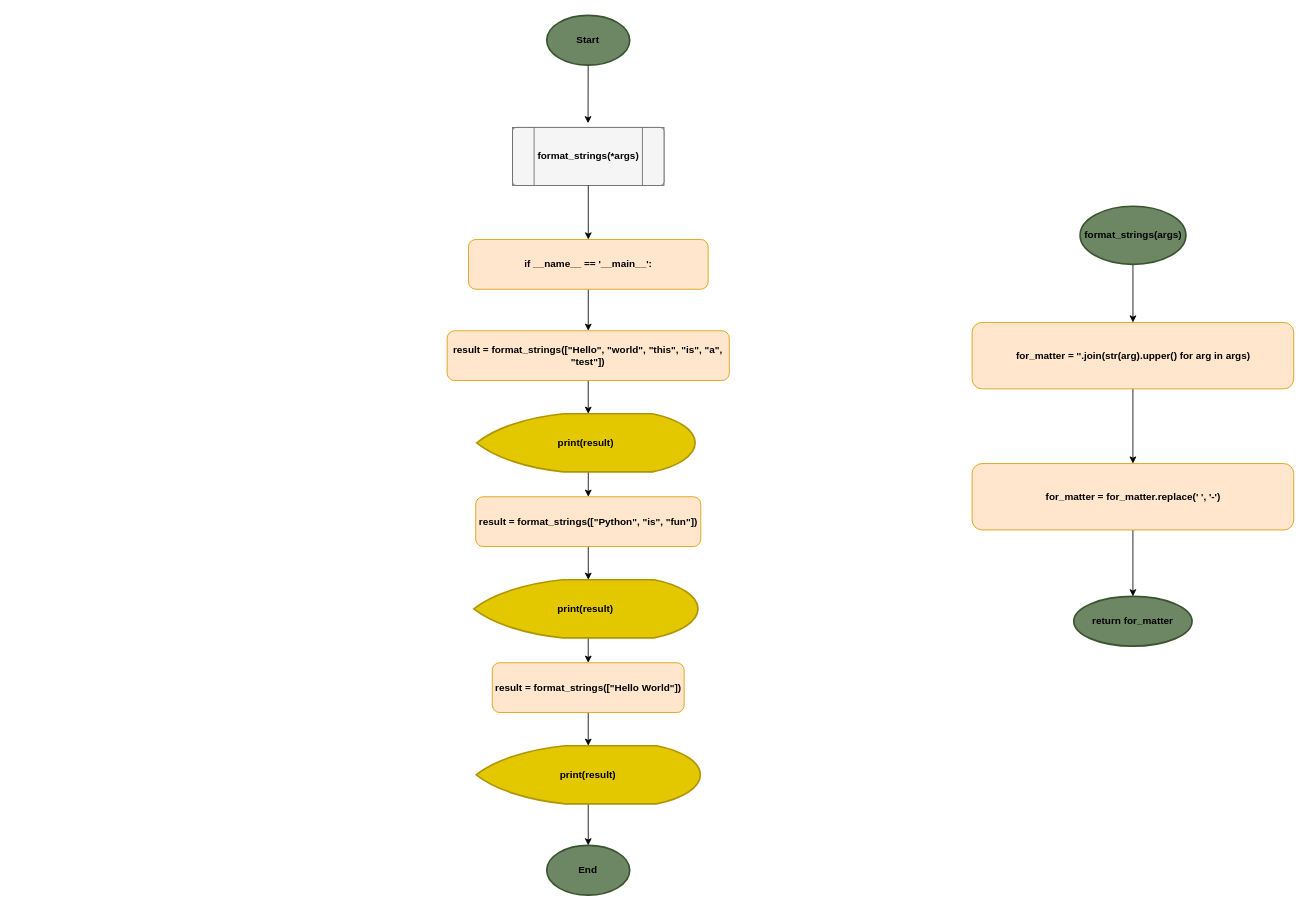
Above: HW-01.drawio in CaptMavvvvv/NCC-1031-D (draw.io), before the change. Source tidied: cells renumbered, new cells numbered last; positions are measured from the earlier drawing's top-left corner, leaving out a move shared by most shapes. Both pictures are drawn from the tidied source at 83%, with x=0, y=0 at pixel (447, 15).
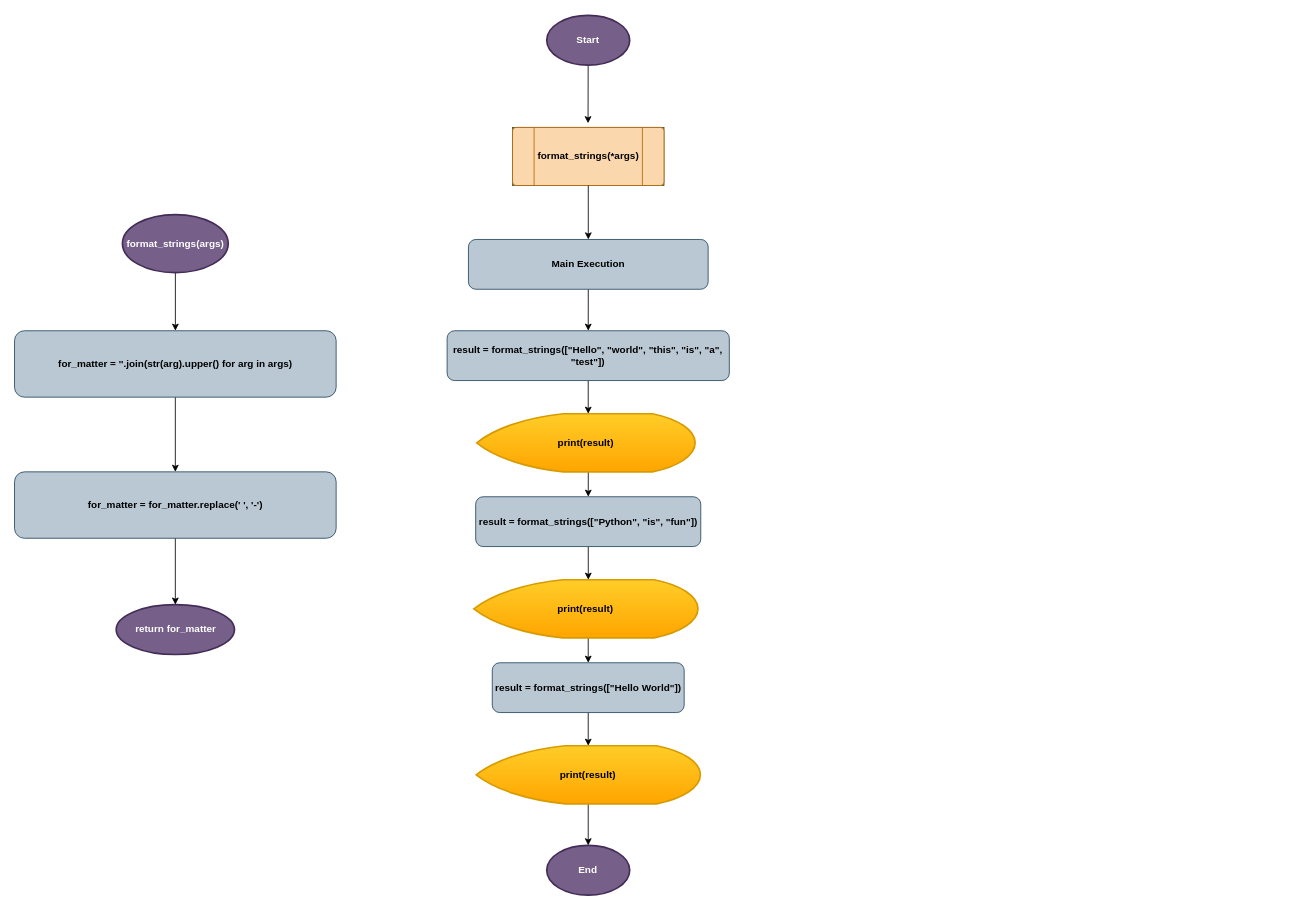
After the change.

Change to the diagram source:
```diff
@@
-    <mxCell id="3" value="Start" style="strokeWidth=2;html=1;shape=mxgraph.flowchart.start_1;whiteSpace=wrap;fillColor=#6d8764;strokeColor=#3A5431;fontColor=#000000;fontStyle=1;" parent="1" vertex="1">
+    <mxCell id="3" value="Start" style="strokeWidth=2;html=1;shape=mxgraph.flowchart.start_1;whiteSpace=wrap;fillColor=#76608a;strokeColor=#432D57;fontColor=#ffffff;fontStyle=1;" parent="1" vertex="1">
       <mxGeometry x="120.2" width="100" height="60" as="geometry" />
     </mxCell>
-    <mxCell id="4" value="End" style="strokeWidth=2;html=1;shape=mxgraph.flowchart.start_1;whiteSpace=wrap;fontStyle=1;labelBackgroundColor=none;fillColor=#6d8764;strokeColor=#3A5431;fontColor=#000000;" parent="1" vertex="1">
+    <mxCell id="4" value="End" style="strokeWidth=2;html=1;shape=mxgraph.flowchart.start_1;whiteSpace=wrap;fontStyle=1;labelBackgroundColor=none;fillColor=#76608a;strokeColor=#432D57;fontColor=#ffffff;" parent="1" vertex="1">
       <mxGeometry x="120.2" y="1000" width="100" height="60" as="geometry" />
     </mxCell>
-    <mxCell id="5" style="group;fontStyle=1;fontColor=#333333;labelBackgroundColor=none;fillColor=#f5f5f5;strokeColor=#666666;" parent="1" vertex="1">
+    <mxCell id="5" style="group;fontStyle=1;labelBackgroundColor=none;fillColor=#6d8764;strokeColor=#3A5431;fontColor=#ffffff;gradientColor=none;" parent="1" vertex="1">
       <mxGeometry x="79" y="135" width="182.5" height="70" as="geometry" />
     </mxCell>
-    <mxCell id="6" style="verticalLabelPosition=bottom;verticalAlign=top;html=1;shape=process;whiteSpace=wrap;rounded=1;size=0.14;arcSize=6;fontStyle=1;fontColor=#333333;labelBackgroundColor=none;fillColor=#f5f5f5;strokeColor=#666666;" parent="5" vertex="1">
+    <mxCell id="6" style="verticalLabelPosition=bottom;verticalAlign=top;html=1;shape=process;whiteSpace=wrap;rounded=1;size=0.14;arcSize=6;fontStyle=1;labelBackgroundColor=none;fillColor=#fad7ac;strokeColor=#b46504;" parent="5" vertex="1">
       <mxGeometry width="182.5" height="70" as="geometry" />
     </mxCell>
@@
-    <mxCell id="9" value="&lt;div&gt;for_matter = ''.join(str(arg).upper() for arg in args)&lt;/div&gt;" style="rounded=1;whiteSpace=wrap;html=1;fontStyle=1;labelBackgroundColor=none;fillColor=#ffe6cc;strokeColor=#d79b00;fontColor=#000000;" parent="1" vertex="1">
-      <mxGeometry x="632.7" y="370" width="387.5" height="80" as="geometry" />
+    <mxCell id="9" value="&lt;div&gt;for_matter = ''.join(str(arg).upper() for arg in args)&lt;/div&gt;" style="rounded=1;whiteSpace=wrap;html=1;fontStyle=1;labelBackgroundColor=none;fillColor=#bac8d3;strokeColor=#23445d;fontColor=#000000;" parent="1" vertex="1">
+      <mxGeometry x="-521" y="380" width="387.5" height="80" as="geometry" />
     </mxCell>
     <mxCell id="10" style="edgeStyle=none;html=1;fontStyle=1;fontColor=#000000;labelBackgroundColor=none;" parent="1" edge="1">
       <mxGeometry relative="1" as="geometry">
-        <mxPoint x="826.5" y="300" as="sourcePoint" />
-        <mxPoint x="826.5" y="370" as="targetPoint" />
+        <mxPoint x="-327.2" y="310" as="sourcePoint" />
+        <mxPoint x="-327.2" y="380" as="targetPoint" />
       </mxGeometry>
     </mxCell>
-    <mxCell id="11" value="return for_matter" style="strokeWidth=2;html=1;shape=mxgraph.flowchart.start_1;whiteSpace=wrap;fontStyle=1;fontColor=#000000;labelBackgroundColor=none;fillColor=#6d8764;strokeColor=#3A5431;" parent="1" vertex="1">
-      <mxGeometry x="755.2" y="700" width="142.5" height="60" as="geometry" />
+    <mxCell id="11" value="return for_matter" style="strokeWidth=2;html=1;shape=mxgraph.flowchart.start_1;whiteSpace=wrap;fontStyle=1;labelBackgroundColor=none;fillColor=#76608a;strokeColor=#432D57;fontColor=#ffffff;" parent="1" vertex="1">
+      <mxGeometry x="-398.5" y="710" width="142.5" height="60" as="geometry" />
     </mxCell>
-    <mxCell id="12" value="format_strings(args)" style="strokeWidth=2;html=1;shape=mxgraph.flowchart.start_1;whiteSpace=wrap;fontStyle=1;fontColor=#000000;labelBackgroundColor=none;fillColor=#6d8764;strokeColor=#3A5431;" parent="1" vertex="1">
-      <mxGeometry x="762.8" y="230" width="127.5" height="70" as="geometry" />
+    <mxCell id="12" value="format_strings(args)" style="strokeWidth=2;html=1;shape=mxgraph.flowchart.start_1;whiteSpace=wrap;fontStyle=1;labelBackgroundColor=none;fillColor=#76608a;strokeColor=#432D57;fontColor=#ffffff;" parent="1" vertex="1">
+      <mxGeometry x="-391" y="240" width="127.5" height="70" as="geometry" />
     </mxCell>
@@
-    <mxCell id="14" value="&lt;div&gt;if __name__ == '__main__':&lt;/div&gt;" style="rounded=1;whiteSpace=wrap;html=1;fontStyle=1;labelBackgroundColor=none;fillColor=#ffe6cc;strokeColor=#d79b00;fontColor=#000000;" parent="1" vertex="1">
+    <mxCell id="14" value="&lt;div&gt;&lt;font color=&quot;#000000&quot;&gt;Main Execution&lt;/font&gt;&lt;/div&gt;" style="rounded=1;whiteSpace=wrap;html=1;fontStyle=1;labelBackgroundColor=none;fillColor=#bac8d3;strokeColor=#23445d;" parent="1" vertex="1">
       <mxGeometry x="25.9" y="270" width="288.8" height="60" as="geometry" />
     </mxCell>
@@
-    <mxCell id="16" value="result = format_strings([&amp;quot;Hello&amp;quot;, &amp;quot;world&amp;quot;, &amp;quot;this&amp;quot;, &amp;quot;is&amp;quot;, &amp;quot;a&amp;quot;, &amp;quot;test&amp;quot;])" style="rounded=1;fontStyle=1;labelBackgroundColor=none;fillColor=#ffe6cc;strokeColor=#d79b00;fillStyle=solid;fontColor=#000000;whiteSpace=wrap;labelBorderColor=none;html=1;" parent="1" vertex="1">
+    <mxCell id="16" value="result = format_strings([&quot;Hello&quot;, &quot;world&quot;, &quot;this&quot;, &quot;is&quot;, &quot;a&quot;, &quot;test&quot;])" style="rounded=1;fontStyle=1;labelBackgroundColor=none;fillColor=#bac8d3;strokeColor=#23445d;fillStyle=solid;whiteSpace=wrap;labelBorderColor=none;html=1;fontColor=#000000;" parent="1" vertex="1">
       <mxGeometry x="0.2" y="380" width="340" height="60" as="geometry" />
     </mxCell>
@@
-    <mxCell id="19" value="result = format_strings([&quot;Python&quot;, &quot;is&quot;, &quot;fun&quot;])" style="rounded=1;whiteSpace=wrap;html=1;fontStyle=1;labelBackgroundColor=none;fillColor=#ffe6cc;strokeColor=#d79b00;fontColor=#000000;" parent="1" vertex="1">
+    <mxCell id="19" value="result = format_strings([&quot;Python&quot;, &quot;is&quot;, &quot;fun&quot;])" style="rounded=1;whiteSpace=wrap;html=1;fontStyle=1;labelBackgroundColor=none;fillColor=#bac8d3;strokeColor=#23445d;fontColor=#000000;" parent="1" vertex="1">
       <mxGeometry x="34.6" y="580" width="271.2" height="60" as="geometry" />
     </mxCell>
@@
-    <mxCell id="22" value="result = format_strings([&quot;Hello World&quot;])" style="rounded=1;whiteSpace=wrap;html=1;fontStyle=1;labelBackgroundColor=none;fillColor=#ffe6cc;strokeColor=#d79b00;fontColor=#000000;" parent="1" vertex="1">
+    <mxCell id="22" value="result = format_strings([&quot;Hello World&quot;])" style="rounded=1;whiteSpace=wrap;html=1;fontStyle=1;labelBackgroundColor=none;fillColor=#bac8d3;strokeColor=#23445d;fontColor=#000000;" parent="1" vertex="1">
       <mxGeometry x="54.6" y="780" width="231.2" height="60" as="geometry" />
     </mxCell>
@@
-    <mxCell id="26" value="&lt;div&gt;for_matter = for_matter.replace(' ', '-')&lt;/div&gt;" style="rounded=1;whiteSpace=wrap;html=1;fontStyle=1;labelBackgroundColor=none;fillColor=#ffe6cc;strokeColor=#d79b00;fontColor=#000000;" parent="1" vertex="1">
-      <mxGeometry x="632.7" y="540" width="387.5" height="80" as="geometry" />
+    <mxCell id="26" value="&lt;div&gt;for_matter = for_matter.replace(' ', '-')&lt;/div&gt;" style="rounded=1;whiteSpace=wrap;html=1;fontStyle=1;labelBackgroundColor=none;fillColor=#bac8d3;strokeColor=#23445d;fontColor=#000000;" parent="1" vertex="1">
+      <mxGeometry x="-521" y="550" width="387.5" height="80" as="geometry" />
     </mxCell>
-    <mxCell id="27" value="&lt;span style=&quot;color: rgb(0, 0, 0); font-weight: 700;&quot;&gt;print(result)&lt;/span&gt;" style="strokeWidth=2;html=1;shape=mxgraph.flowchart.display;whiteSpace=wrap;fillColor=#e3c800;fontColor=#000000;strokeColor=#B09500;" parent="1" vertex="1">
+    <mxCell id="27" value="&lt;span style=&quot;color: rgb(0, 0, 0); font-weight: 700;&quot;&gt;print(result)&lt;/span&gt;" style="strokeWidth=2;html=1;shape=mxgraph.flowchart.display;whiteSpace=wrap;fillColor=#ffcd28;strokeColor=#d79b00;gradientColor=#ffa500;" parent="1" vertex="1">
       <mxGeometry x="35.9" y="480" width="263.1" height="70" as="geometry" />
     </mxCell>
-    <mxCell id="28" value="&lt;span style=&quot;color: rgb(0, 0, 0); font-weight: 700;&quot;&gt;print(result)&lt;/span&gt;" style="strokeWidth=2;html=1;shape=mxgraph.flowchart.display;whiteSpace=wrap;fillColor=#e3c800;fontColor=#000000;strokeColor=#B09500;" parent="1" vertex="1">
+    <mxCell id="28" value="&lt;span style=&quot;color: rgb(0, 0, 0); font-weight: 700;&quot;&gt;print(result)&lt;/span&gt;" style="strokeWidth=2;html=1;shape=mxgraph.flowchart.display;whiteSpace=wrap;fillColor=#ffcd28;strokeColor=#d79b00;gradientColor=#ffa500;" parent="1" vertex="1">
       <mxGeometry x="32.4" y="680" width="270" height="70" as="geometry" />
     </mxCell>
-    <mxCell id="29" value="&lt;span style=&quot;color: rgb(0, 0, 0); font-weight: 700;&quot;&gt;print(result)&lt;/span&gt;" style="strokeWidth=2;html=1;shape=mxgraph.flowchart.display;whiteSpace=wrap;fillColor=#e3c800;fontColor=#000000;strokeColor=#B09500;" parent="1" vertex="1">
+    <mxCell id="29" value="&lt;span style=&quot;color: rgb(0, 0, 0); font-weight: 700;&quot;&gt;print(result)&lt;/span&gt;" style="strokeWidth=2;html=1;shape=mxgraph.flowchart.display;whiteSpace=wrap;fillColor=#ffcd28;strokeColor=#d79b00;gradientColor=#ffa500;" parent="1" vertex="1">
       <mxGeometry x="35.3" y="880" width="270" height="70" as="geometry" />
     </mxCell>
```
